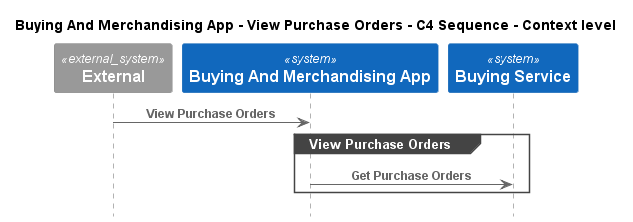
The PlantUML diagram e-commerce-platform/Software Systems/Buying And Merchandising App/Interfaces/View Purchase Orders/Context - C4 Sequence.png in C4InterFlow/architecture-as-code-samples, before a commit.
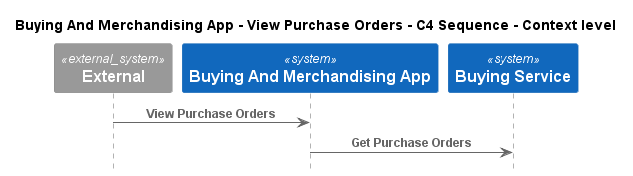
The same file after the commit.

The edit, as a diff of the source:
```diff
@@ -9,9 +9,7 @@
 System(ECommercePlatform.SoftwareSystems.BuyingService, "Buying Service", "")
 
 Rel(C4InterFlow.SoftwareSystems.ExternalSystem, ECommercePlatform.SoftwareSystems.BuyingAndMerchandisingApp, "View Purchase Orders")
-group View Purchase Orders
 Rel(ECommercePlatform.SoftwareSystems.BuyingAndMerchandisingApp, ECommercePlatform.SoftwareSystems.BuyingService, "Get Purchase Orders")
-end
 
 
 @enduml
```
